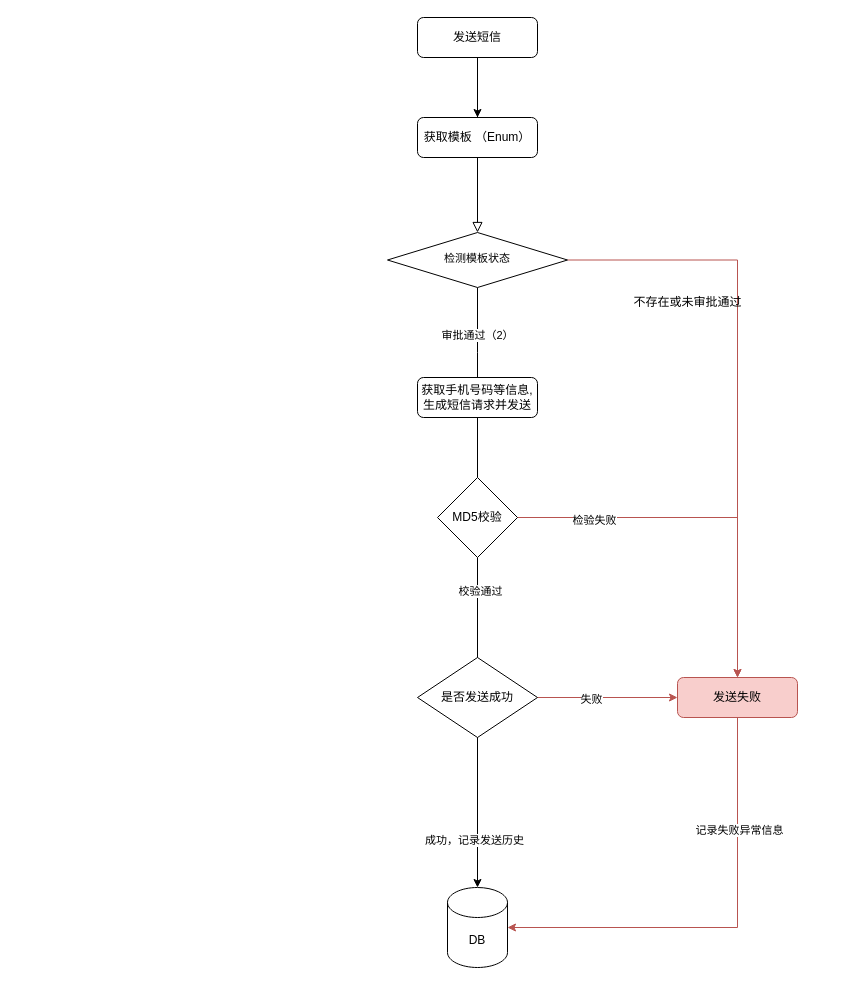
Earlier version of the draw.io diagram 未命名绘图.drawio (Leo-Lee-j/sketch). Source tidied: cells renumbered, new cells numbered last; positions are measured from the earlier drawing's top-left corner, leaving out a move shared by most shapes. Both pictures are drawn from the tidied source at 100%, with x=0, y=0 at pixel (387, 17).
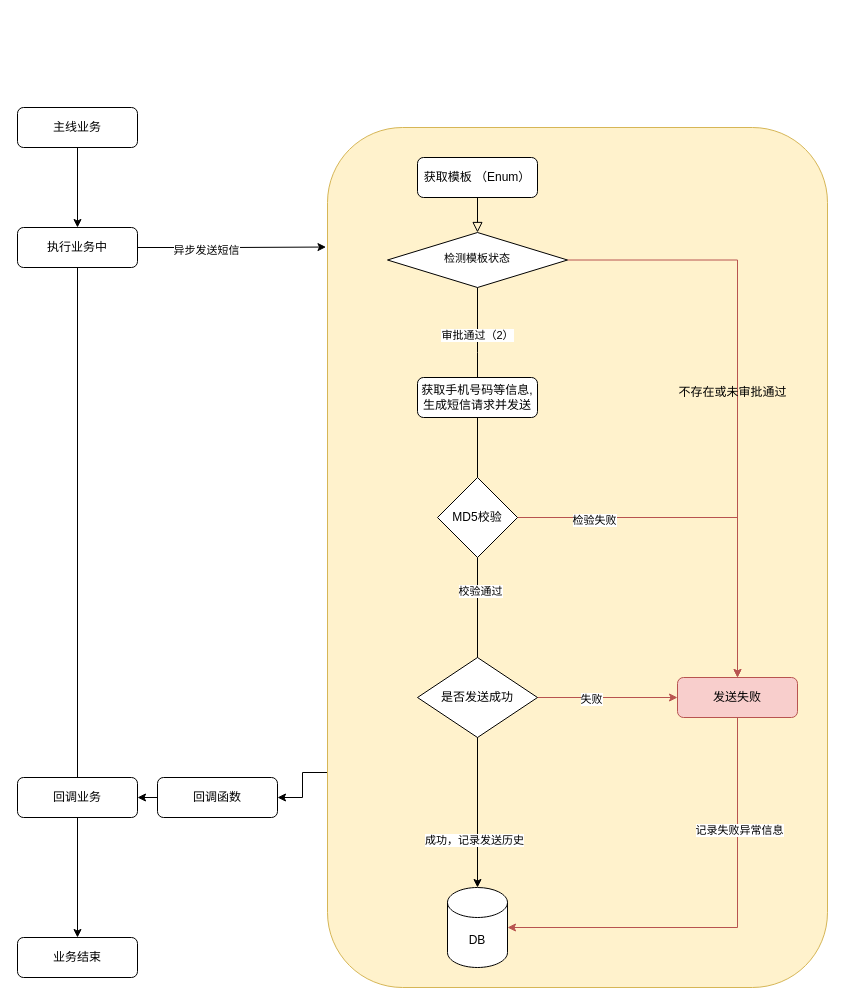
After the change.

Commit message:
更新未命名绘图.drawio

Change to the diagram source:
```diff
@@
+    <mxCell id="28" style="edgeStyle=orthogonalEdgeStyle;rounded=0;jettySize=auto;html=1;exitX=0;exitY=0.75;exitDx=0;exitDy=0;entryX=1;entryY=0.5;entryDx=0;entryDy=0;" parent="1" edge="1" source="29" target="37">
+      <mxGeometry relative="1" as="geometry" />
+    </mxCell>
+    <mxCell id="29" style="rounded=1;whiteSpace=wrap;html=1;fillColor=#fff2cc;strokeColor=#d6b656;" parent="1" vertex="1">
+      <mxGeometry x="-60" y="110" width="500" height="860" as="geometry" />
+    </mxCell>
@@
-    <mxCell id="3" style="edgeStyle=orthogonalEdgeStyle;rounded=0;jettySize=auto;html=1;" parent="1" edge="1" source="4" target="12">
-      <mxGeometry relative="1" as="geometry" />
-    </mxCell>
+    <mxCell id="30" style="edgeStyle=orthogonalEdgeStyle;rounded=0;jettySize=auto;html=1;" parent="1" edge="1" source="4" target="34">
+      <mxGeometry relative="1" as="geometry" />
+    </mxCell>
-    <mxCell id="4" value="发送短信" style="rounded=1;whiteSpace=wrap;html=1;fontSize=12;glass=0;strokeWidth=1;shadow=0;" parent="1" vertex="1">
-      <mxGeometry x="30" width="120" height="40" as="geometry" />
+    <mxCell id="4" value="主线业务" style="rounded=1;whiteSpace=wrap;html=1;fontSize=12;glass=0;strokeWidth=1;shadow=0;" parent="1" vertex="1">
+      <mxGeometry x="-370" y="90" width="120" height="40" as="geometry" />
     </mxCell>
@@
     <mxCell id="12" value="获取模板 （Enum）" style="rounded=1;whiteSpace=wrap;html=1;fontSize=12;glass=0;strokeWidth=1;shadow=0;" parent="1" vertex="1">
-      <mxGeometry x="30" y="100" width="120" height="40" as="geometry" />
+      <mxGeometry x="30" y="140" width="120" height="40" as="geometry" />
     </mxCell>
-    <mxCell id="13" style="rounded=0;html=1;jettySize=auto;fontSize=11;endArrow=none;endFill=0;endSize=8;strokeWidth=1;shadow=0;labelBackgroundColor=none;edgeStyle=orthogonalEdgeStyle;" parent="1" edge="1" source="4" target="12">
-      <mxGeometry relative="1" as="geometry" />
-    </mxCell>
     <mxCell id="14" value="不存在或未审批通过" style="text;html=1;align=center;verticalAlign=middle;strokeColor=none;fillColor=none;" parent="1" vertex="1">
-      <mxGeometry x="235" y="270" width="130" height="30" as="geometry" />
+      <mxGeometry x="280" y="360" width="130" height="30" as="geometry" />
     </mxCell>
@@
+    <mxCell id="31" style="edgeStyle=orthogonalEdgeStyle;rounded=0;jettySize=auto;html=1;exitX=1;exitY=0.5;exitDx=0;exitDy=0;entryX=-0.003;entryY=0.139;entryDx=0;entryDy=0;entryPerimeter=0;" parent="1" edge="1" source="34" target="29">
+      <mxGeometry relative="1" as="geometry" />
+    </mxCell>
+    <mxCell id="32" value="异步发送短信" style="edgeLabel;html=1;align=center;verticalAlign=middle;" parent="31" vertex="1">
+      <mxGeometry x="-0.28" y="-2" relative="1" as="geometry" />
+    </mxCell>
+    <mxCell id="33" style="edgeStyle=orthogonalEdgeStyle;rounded=0;jettySize=auto;html=1;exitX=0.5;exitY=1;exitDx=0;exitDy=0;startArrow=none;" parent="1" edge="1" source="38" target="35">
+      <mxGeometry relative="1" as="geometry" />
+    </mxCell>
+    <mxCell id="34" value="执行业务中" style="rounded=1;whiteSpace=wrap;html=1;fontSize=12;glass=0;strokeWidth=1;shadow=0;" parent="1" vertex="1">
+      <mxGeometry x="-370" y="210" width="120" height="40" as="geometry" />
+    </mxCell>
+    <mxCell id="35" value="业务结束" style="rounded=1;whiteSpace=wrap;html=1;fontSize=12;glass=0;strokeWidth=1;shadow=0;" parent="1" vertex="1">
+      <mxGeometry x="-370" y="920" width="120" height="40" as="geometry" />
+    </mxCell>
+    <mxCell id="36" style="edgeStyle=orthogonalEdgeStyle;rounded=0;jettySize=auto;html=1;exitX=0;exitY=0.5;exitDx=0;exitDy=0;entryX=1;entryY=0.5;entryDx=0;entryDy=0;" parent="1" edge="1" source="37" target="38">
+      <mxGeometry relative="1" as="geometry" />
+    </mxCell>
+    <mxCell id="37" value="回调函数" style="rounded=1;whiteSpace=wrap;html=1;" parent="1" vertex="1">
+      <mxGeometry x="-230" y="760" width="120" height="40" as="geometry" />
+    </mxCell>
+    <mxCell id="38" value="回调业务" style="rounded=1;whiteSpace=wrap;html=1;" parent="1" vertex="1">
+      <mxGeometry x="-370" y="760" width="120" height="40" as="geometry" />
+    </mxCell>
+    <mxCell id="39" style="edgeStyle=orthogonalEdgeStyle;rounded=0;jettySize=auto;html=1;exitX=0.5;exitY=1;exitDx=0;exitDy=0;endArrow=none;" parent="1" edge="1" source="34" target="38">
+      <mxGeometry relative="1" as="geometry" />
+    </mxCell>
```
